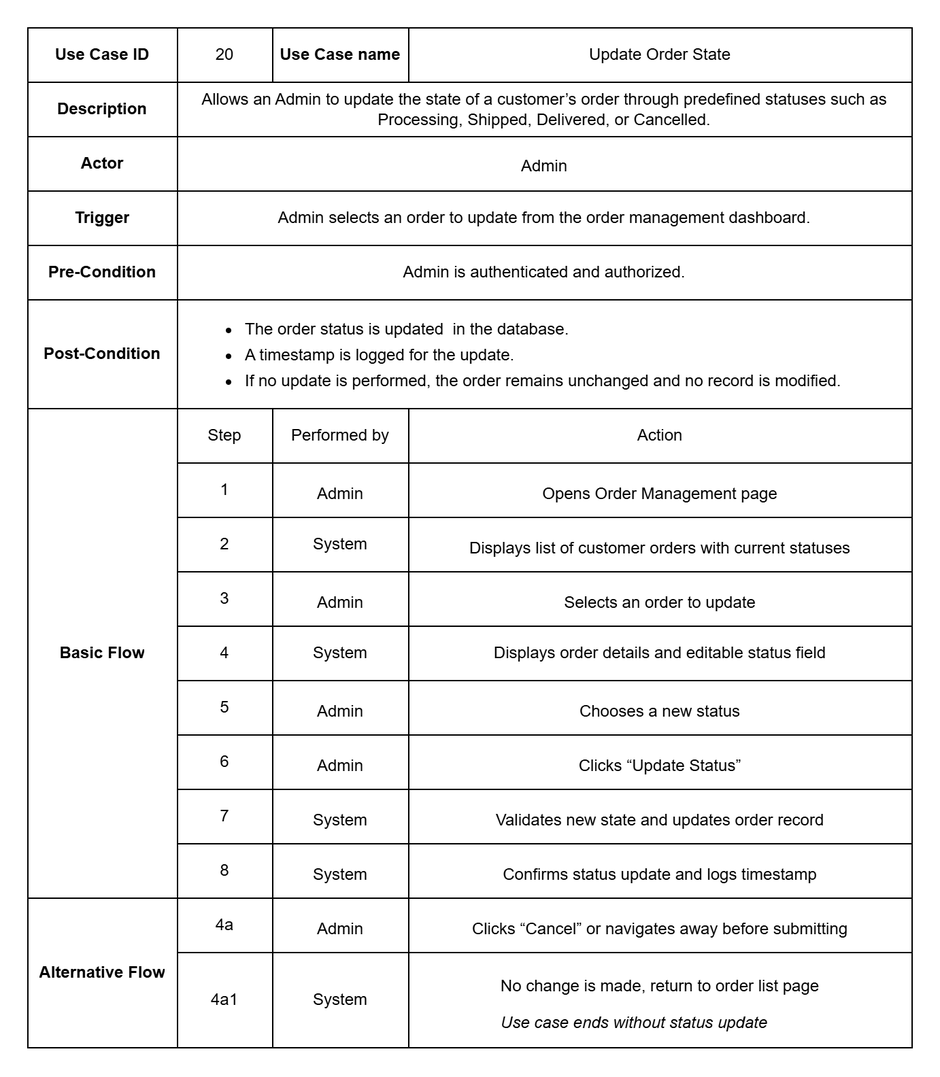
This is documentation/Images/usecase_metadata_card/uc_20_change_order’s_status.drawio.png from auphong2707/itse-laptopshop-management-web-application, a draw.io export, as it was before one commit. Source tidied: cells renumbered, new cells last; positions are measured from the earlier drawing's top-left corner, leaving out a move shared by most shapes.
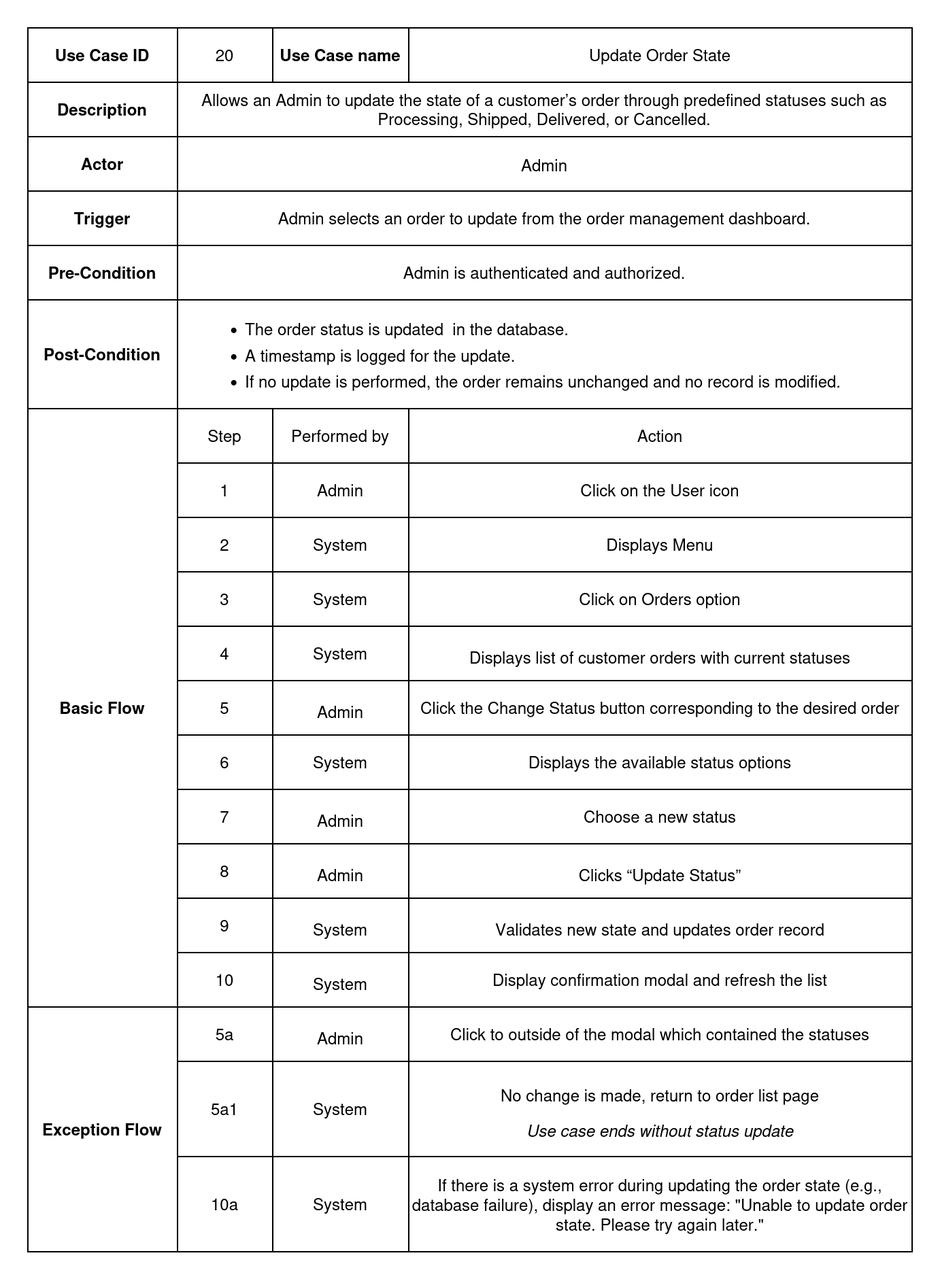
After the commit.

Change to the diagram source:
```diff
@@ -5,3 +5,3 @@
     <mxCell id="2" style="shape=table;startSize=0;" parent="1" vertex="1">
-      <mxGeometry width="650" height="750" as="geometry" />
+      <mxGeometry width="650" height="900" as="geometry" />
     </mxCell>
@@ -70,4 +70,4 @@
     </mxCell>
-    <mxCell id="24" value="Basic Flow" style="shape=partialRectangle;html=1;whiteSpace=wrap;strokeColor=inherit;overflow=hidden;fillColor=none;top=0;left=0;bottom=0;right=0;fontStyle=1;rowspan=9;colspan=1;" parent="23" vertex="1">
-      <mxGeometry width="110" height="360" as="geometry" />
+    <mxCell id="24" value="Basic Flow" style="shape=partialRectangle;html=1;whiteSpace=wrap;strokeColor=inherit;overflow=hidden;fillColor=none;top=0;left=0;bottom=0;right=0;fontStyle=1;rowspan=11;colspan=1;" parent="23" vertex="1">
+      <mxGeometry width="110" height="440" as="geometry" />
     </mxCell>
@@ -88,12 +88,36 @@
     </mxCell>
-    <mxCell id="30" value="&lt;table&gt;&lt;tbody&gt;&lt;tr&gt;&lt;td&gt;&lt;/td&gt;&lt;/tr&gt;&lt;/tbody&gt;&lt;/table&gt;&lt;table&gt;&lt;tbody&gt;&lt;tr&gt;&lt;td&gt;Admin&lt;/td&gt;&lt;/tr&gt;&lt;/tbody&gt;&lt;/table&gt;" style="shape=partialRectangle;html=1;whiteSpace=wrap;strokeColor=inherit;overflow=hidden;fillColor=none;top=0;left=0;bottom=0;right=0;" parent="28" vertex="1">
+    <mxCell id="30" value="Admin" style="shape=partialRectangle;html=1;whiteSpace=wrap;strokeColor=inherit;overflow=hidden;fillColor=none;top=0;left=0;bottom=0;right=0;" parent="28" vertex="1">
       <mxGeometry x="180" width="100" height="40" as="geometry" />
     </mxCell>
-    <mxCell id="31" value="&lt;table&gt;&lt;tbody&gt;&lt;tr&gt;&lt;td&gt;&lt;/td&gt;&lt;/tr&gt;&lt;/tbody&gt;&lt;/table&gt;&lt;table&gt;&lt;tbody&gt;&lt;tr&gt;&lt;td&gt;Opens Order Management page&lt;/td&gt;&lt;/tr&gt;&lt;/tbody&gt;&lt;/table&gt;" style="shape=partialRectangle;html=1;whiteSpace=wrap;strokeColor=inherit;overflow=hidden;fillColor=none;top=0;left=0;bottom=0;right=0;" parent="28" vertex="1">
-      <mxGeometry x="280" width="370" height="40" as="geometry" />
-    </mxCell>
+    <mxCell id="69" value="Click on the User icon" style="shape=partialRectangle;html=1;whiteSpace=wrap;strokeColor=inherit;overflow=hidden;fillColor=none;top=0;left=0;bottom=0;right=0;" parent="28" vertex="1">
+      <mxGeometry x="280" width="370" height="40" as="geometry" />
+    </mxCell>
+    <mxCell id="70" style="shape=tableRow;horizontal=0;startSize=0;swimlaneHead=0;swimlaneBody=0;strokeColor=inherit;top=0;left=0;bottom=0;right=0;fillColor=none;" parent="2" vertex="1">
+      <mxGeometry y="360" width="650" height="40" as="geometry" />
+    </mxCell>
+    <mxCell id="71" value="2" style="shape=partialRectangle;html=1;whiteSpace=wrap;strokeColor=inherit;overflow=hidden;fillColor=none;top=0;left=0;bottom=0;right=0;" parent="70" vertex="1">
+      <mxGeometry x="110" width="70" height="40" as="geometry" />
+    </mxCell>
+    <mxCell id="72" value="System" style="shape=partialRectangle;html=1;whiteSpace=wrap;strokeColor=inherit;overflow=hidden;fillColor=none;top=0;left=0;bottom=0;right=0;" parent="70" vertex="1">
+      <mxGeometry x="180" width="100" height="40" as="geometry" />
+    </mxCell>
+    <mxCell id="73" value="Displays Menu" style="shape=partialRectangle;html=1;whiteSpace=wrap;strokeColor=inherit;overflow=hidden;fillColor=none;top=0;left=0;bottom=0;right=0;" parent="70" vertex="1">
+      <mxGeometry x="280" width="370" height="40" as="geometry" />
+    </mxCell>
+    <mxCell id="74" style="shape=tableRow;horizontal=0;startSize=0;swimlaneHead=0;swimlaneBody=0;strokeColor=inherit;top=0;left=0;bottom=0;right=0;fillColor=none;" parent="2" vertex="1">
+      <mxGeometry y="400" width="650" height="40" as="geometry" />
+    </mxCell>
+    <mxCell id="75" value="3" style="shape=partialRectangle;html=1;whiteSpace=wrap;strokeColor=inherit;overflow=hidden;fillColor=none;top=0;left=0;bottom=0;right=0;" parent="74" vertex="1">
+      <mxGeometry x="110" width="70" height="40" as="geometry" />
+    </mxCell>
+    <mxCell id="76" value="System" style="shape=partialRectangle;html=1;whiteSpace=wrap;strokeColor=inherit;overflow=hidden;fillColor=none;top=0;left=0;bottom=0;right=0;" parent="74" vertex="1">
+      <mxGeometry x="180" width="100" height="40" as="geometry" />
+    </mxCell>
+    <mxCell id="77" value="Click on Orders option" style="shape=partialRectangle;html=1;whiteSpace=wrap;strokeColor=inherit;overflow=hidden;fillColor=none;top=0;left=0;bottom=0;right=0;" parent="74" vertex="1">
+      <mxGeometry x="280" width="370" height="40" as="geometry" />
+    </mxCell>
     <mxCell id="32" style="shape=tableRow;horizontal=0;startSize=0;swimlaneHead=0;swimlaneBody=0;strokeColor=inherit;top=0;left=0;bottom=0;right=0;fillColor=none;" parent="2" vertex="1">
-      <mxGeometry y="360" width="650" height="40" as="geometry" />
+      <mxGeometry y="440" width="650" height="40" as="geometry" />
     </mxCell>
-    <mxCell id="33" value="2" style="shape=partialRectangle;html=1;whiteSpace=wrap;strokeColor=inherit;overflow=hidden;fillColor=none;top=0;left=0;bottom=0;right=0;" parent="32" vertex="1">
+    <mxCell id="33" value="4" style="shape=partialRectangle;html=1;whiteSpace=wrap;strokeColor=inherit;overflow=hidden;fillColor=none;top=0;left=0;bottom=0;right=0;" parent="32" vertex="1">
       <mxGeometry x="110" width="70" height="40" as="geometry" />
@@ -107,5 +131,5 @@
     <mxCell id="36" style="shape=tableRow;horizontal=0;startSize=0;swimlaneHead=0;swimlaneBody=0;strokeColor=inherit;top=0;left=0;bottom=0;right=0;fillColor=none;" parent="2" vertex="1">
-      <mxGeometry y="400" width="650" height="40" as="geometry" />
+      <mxGeometry y="480" width="650" height="40" as="geometry" />
     </mxCell>
-    <mxCell id="37" value="3" style="shape=partialRectangle;html=1;whiteSpace=wrap;strokeColor=inherit;overflow=hidden;fillColor=none;top=0;left=0;bottom=0;right=0;" parent="36" vertex="1">
+    <mxCell id="37" value="5" style="shape=partialRectangle;html=1;whiteSpace=wrap;strokeColor=inherit;overflow=hidden;fillColor=none;top=0;left=0;bottom=0;right=0;" parent="36" vertex="1">
       <mxGeometry x="110" width="70" height="40" as="geometry" />
@@ -115,3 +139,3 @@
     </mxCell>
-    <mxCell id="39" value="&lt;table&gt;&lt;tbody&gt;&lt;tr&gt;&lt;td&gt;&lt;/td&gt;&lt;/tr&gt;&lt;/tbody&gt;&lt;/table&gt;&lt;table&gt;&lt;tbody&gt;&lt;tr&gt;&lt;td&gt;Selects an order to update&lt;/td&gt;&lt;/tr&gt;&lt;/tbody&gt;&lt;/table&gt;" style="shape=partialRectangle;html=1;whiteSpace=wrap;strokeColor=inherit;overflow=hidden;fillColor=none;top=0;left=0;bottom=0;right=0;" parent="36" vertex="1">
+    <mxCell id="39" value="Click the Change Status button corresponding to the desired order" style="shape=partialRectangle;html=1;whiteSpace=wrap;strokeColor=inherit;overflow=hidden;fillColor=none;top=0;left=0;bottom=0;right=0;" parent="36" vertex="1">
       <mxGeometry x="280" width="370" height="40" as="geometry" />
@@ -119,5 +143,5 @@
     <mxCell id="40" style="shape=tableRow;horizontal=0;startSize=0;swimlaneHead=0;swimlaneBody=0;strokeColor=inherit;top=0;left=0;bottom=0;right=0;fillColor=none;" parent="2" vertex="1">
-      <mxGeometry y="440" width="650" height="40" as="geometry" />
+      <mxGeometry y="520" width="650" height="40" as="geometry" />
     </mxCell>
-    <mxCell id="41" value="4" style="shape=partialRectangle;html=1;whiteSpace=wrap;strokeColor=inherit;overflow=hidden;fillColor=none;top=0;left=0;bottom=0;right=0;" parent="40" vertex="1">
+    <mxCell id="41" value="6" style="shape=partialRectangle;html=1;whiteSpace=wrap;strokeColor=inherit;overflow=hidden;fillColor=none;top=0;left=0;bottom=0;right=0;" parent="40" vertex="1">
       <mxGeometry x="110" width="70" height="40" as="geometry" />
@@ -127,3 +151,3 @@
     </mxCell>
-    <mxCell id="43" value="Displays order details and editable status field" style="shape=partialRectangle;html=1;whiteSpace=wrap;strokeColor=inherit;overflow=hidden;fillColor=none;top=0;left=0;bottom=0;right=0;" parent="40" vertex="1">
+    <mxCell id="43" value="Displays the available status options" style="shape=partialRectangle;html=1;whiteSpace=wrap;strokeColor=inherit;overflow=hidden;fillColor=none;top=0;left=0;bottom=0;right=0;" parent="40" vertex="1">
       <mxGeometry x="280" width="370" height="40" as="geometry" />
@@ -131,11 +155,11 @@
     <mxCell id="44" style="shape=tableRow;horizontal=0;startSize=0;swimlaneHead=0;swimlaneBody=0;strokeColor=inherit;top=0;left=0;bottom=0;right=0;fillColor=none;" parent="2" vertex="1">
-      <mxGeometry y="480" width="650" height="40" as="geometry" />
+      <mxGeometry y="560" width="650" height="40" as="geometry" />
     </mxCell>
-    <mxCell id="45" value="5" style="shape=partialRectangle;html=1;whiteSpace=wrap;strokeColor=inherit;overflow=hidden;fillColor=none;top=0;left=0;bottom=0;right=0;" parent="44" vertex="1">
+    <mxCell id="45" value="7" style="shape=partialRectangle;html=1;whiteSpace=wrap;strokeColor=inherit;overflow=hidden;fillColor=none;top=0;left=0;bottom=0;right=0;" parent="44" vertex="1">
       <mxGeometry x="110" width="70" height="40" as="geometry" />
     </mxCell>
-    <mxCell id="46" value="&lt;table&gt;&lt;tbody&gt;&lt;tr&gt;&lt;td&gt;&lt;/td&gt;&lt;/tr&gt;&lt;/tbody&gt;&lt;/table&gt;&lt;table&gt;&lt;tbody&gt;&lt;tr&gt;&lt;td&gt;Admin&lt;/td&gt;&lt;/tr&gt;&lt;/tbody&gt;&lt;/table&gt;" style="shape=partialRectangle;html=1;whiteSpace=wrap;strokeColor=inherit;overflow=hidden;fillColor=none;top=0;left=0;bottom=0;right=0;" parent="44" vertex="1">
+    <mxCell id="46" value="&lt;table align=&quot;center&quot;&gt;&lt;tbody&gt;&lt;tr&gt;&lt;td&gt;&lt;/td&gt;&lt;/tr&gt;&lt;/tbody&gt;&lt;/table&gt;&lt;table align=&quot;center&quot;&gt;&lt;tbody&gt;&lt;tr&gt;&lt;td&gt;Admin&lt;/td&gt;&lt;/tr&gt;&lt;/tbody&gt;&lt;/table&gt;" style="shape=partialRectangle;html=1;whiteSpace=wrap;strokeColor=inherit;overflow=hidden;fillColor=none;top=0;left=0;bottom=0;right=0;align=center;" parent="44" vertex="1">
       <mxGeometry x="180" width="100" height="40" as="geometry" />
     </mxCell>
-    <mxCell id="47" value="&lt;table&gt;&lt;tbody&gt;&lt;tr&gt;&lt;td&gt;&lt;/td&gt;&lt;/tr&gt;&lt;/tbody&gt;&lt;/table&gt;&lt;table&gt;&lt;tbody&gt;&lt;tr&gt;&lt;td&gt;Chooses a new status&lt;/td&gt;&lt;/tr&gt;&lt;/tbody&gt;&lt;/table&gt;" style="shape=partialRectangle;html=1;whiteSpace=wrap;strokeColor=inherit;overflow=hidden;fillColor=none;top=0;left=0;bottom=0;right=0;" parent="44" vertex="1">
+    <mxCell id="47" value="Choose a new status" style="shape=partialRectangle;html=1;whiteSpace=wrap;strokeColor=inherit;overflow=hidden;fillColor=none;top=0;left=0;bottom=0;right=0;" parent="44" vertex="1">
       <mxGeometry x="280" width="370" height="40" as="geometry" />
@@ -143,5 +167,5 @@
     <mxCell id="48" style="shape=tableRow;horizontal=0;startSize=0;swimlaneHead=0;swimlaneBody=0;strokeColor=inherit;top=0;left=0;bottom=0;right=0;fillColor=none;" parent="2" vertex="1">
-      <mxGeometry y="520" width="650" height="40" as="geometry" />
+      <mxGeometry y="600" width="650" height="40" as="geometry" />
     </mxCell>
-    <mxCell id="49" value="6" style="shape=partialRectangle;html=1;whiteSpace=wrap;strokeColor=inherit;overflow=hidden;fillColor=none;top=0;left=0;bottom=0;right=0;" parent="48" vertex="1">
+    <mxCell id="49" value="8" style="shape=partialRectangle;html=1;whiteSpace=wrap;strokeColor=inherit;overflow=hidden;fillColor=none;top=0;left=0;bottom=0;right=0;" parent="48" vertex="1">
       <mxGeometry x="110" width="70" height="40" as="geometry" />
@@ -155,5 +179,5 @@
     <mxCell id="52" style="shape=tableRow;horizontal=0;startSize=0;swimlaneHead=0;swimlaneBody=0;strokeColor=inherit;top=0;left=0;bottom=0;right=0;fillColor=none;" parent="2" vertex="1">
-      <mxGeometry y="560" width="650" height="40" as="geometry" />
+      <mxGeometry y="640" width="650" height="40" as="geometry" />
     </mxCell>
-    <mxCell id="53" value="7" style="shape=partialRectangle;html=1;whiteSpace=wrap;strokeColor=inherit;overflow=hidden;fillColor=none;top=0;left=0;bottom=0;right=0;" parent="52" vertex="1">
+    <mxCell id="53" value="9" style="shape=partialRectangle;html=1;whiteSpace=wrap;strokeColor=inherit;overflow=hidden;fillColor=none;top=0;left=0;bottom=0;right=0;" parent="52" vertex="1">
       <mxGeometry x="110" width="70" height="40" as="geometry" />
@@ -167,5 +191,5 @@
     <mxCell id="56" style="shape=tableRow;horizontal=0;startSize=0;swimlaneHead=0;swimlaneBody=0;strokeColor=inherit;top=0;left=0;bottom=0;right=0;fillColor=none;" parent="2" vertex="1">
-      <mxGeometry y="600" width="650" height="40" as="geometry" />
+      <mxGeometry y="680" width="650" height="40" as="geometry" />
     </mxCell>
-    <mxCell id="57" value="8" style="shape=partialRectangle;html=1;whiteSpace=wrap;strokeColor=inherit;overflow=hidden;fillColor=none;top=0;left=0;bottom=0;right=0;" parent="56" vertex="1">
+    <mxCell id="57" value="10" style="shape=partialRectangle;html=1;whiteSpace=wrap;strokeColor=inherit;overflow=hidden;fillColor=none;top=0;left=0;bottom=0;right=0;" parent="56" vertex="1">
       <mxGeometry x="110" width="70" height="40" as="geometry" />
@@ -175,3 +199,3 @@
     </mxCell>
-    <mxCell id="59" value="&lt;table&gt;&lt;tbody&gt;&lt;tr&gt;&lt;td&gt;&lt;/td&gt;&lt;/tr&gt;&lt;/tbody&gt;&lt;/table&gt;&lt;table&gt;&lt;tbody&gt;&lt;tr&gt;&lt;td&gt;Confirms status update and logs timestamp&lt;/td&gt;&lt;/tr&gt;&lt;/tbody&gt;&lt;/table&gt;" style="shape=partialRectangle;html=1;whiteSpace=wrap;strokeColor=inherit;overflow=hidden;fillColor=none;top=0;left=0;bottom=0;right=0;" parent="56" vertex="1">
+    <mxCell id="59" value="Display confirmation modal and refresh the list" style="shape=partialRectangle;html=1;whiteSpace=wrap;strokeColor=inherit;overflow=hidden;fillColor=none;top=0;left=0;bottom=0;right=0;" parent="56" vertex="1">
       <mxGeometry x="280" width="370" height="40" as="geometry" />
@@ -179,8 +203,8 @@
     <mxCell id="60" style="shape=tableRow;horizontal=0;startSize=0;swimlaneHead=0;swimlaneBody=0;strokeColor=inherit;top=0;left=0;bottom=0;right=0;fillColor=none;" parent="2" vertex="1">
-      <mxGeometry y="640" width="650" height="40" as="geometry" />
+      <mxGeometry y="720" width="650" height="40" as="geometry" />
     </mxCell>
-    <mxCell id="61" value="&lt;span style=&quot;background-color: transparent; color: light-dark(rgb(0, 0, 0), rgb(255, 255, 255));&quot;&gt;Alternative Flow&lt;/span&gt;" style="shape=partialRectangle;html=1;whiteSpace=wrap;strokeColor=inherit;overflow=hidden;fillColor=none;top=0;left=0;bottom=0;right=0;fontStyle=1;rowspan=2;colspan=1;" parent="60" vertex="1">
-      <mxGeometry width="110" height="110" as="geometry" />
+    <mxCell id="61" value="Exception Flow" style="shape=partialRectangle;html=1;whiteSpace=wrap;strokeColor=inherit;overflow=hidden;fillColor=none;top=0;left=0;bottom=0;right=0;fontStyle=1;rowspan=3;colspan=1;" parent="60" vertex="1">
+      <mxGeometry width="110" height="180" as="geometry" />
     </mxCell>
-    <mxCell id="62" value="4a" style="shape=partialRectangle;html=1;whiteSpace=wrap;strokeColor=inherit;overflow=hidden;fillColor=none;top=0;left=0;bottom=0;right=0;" parent="60" vertex="1">
+    <mxCell id="62" value="5a" style="shape=partialRectangle;html=1;whiteSpace=wrap;strokeColor=inherit;overflow=hidden;fillColor=none;top=0;left=0;bottom=0;right=0;" parent="60" vertex="1">
       <mxGeometry x="110" width="70" height="40" as="geometry" />
@@ -190,3 +214,3 @@
     </mxCell>
-    <mxCell id="64" value="&lt;table&gt;&lt;tbody&gt;&lt;tr&gt;&lt;td&gt;&lt;/td&gt;&lt;/tr&gt;&lt;/tbody&gt;&lt;/table&gt;&lt;table&gt;&lt;tbody&gt;&lt;tr&gt;&lt;td&gt;Clicks “Cancel” or navigates away before submitting&lt;/td&gt;&lt;/tr&gt;&lt;/tbody&gt;&lt;/table&gt;" style="shape=partialRectangle;html=1;whiteSpace=wrap;strokeColor=inherit;overflow=hidden;fillColor=none;top=0;left=0;bottom=0;right=0;" parent="60" vertex="1">
+    <mxCell id="64" value="Click to outside of the modal which contained the statuses" style="shape=partialRectangle;html=1;whiteSpace=wrap;strokeColor=inherit;overflow=hidden;fillColor=none;top=0;left=0;bottom=0;right=0;" parent="60" vertex="1">
       <mxGeometry x="280" width="370" height="40" as="geometry" />
@@ -194,5 +218,5 @@
     <mxCell id="65" style="shape=tableRow;horizontal=0;startSize=0;swimlaneHead=0;swimlaneBody=0;strokeColor=inherit;top=0;left=0;bottom=0;right=0;fillColor=none;" parent="2" vertex="1">
-      <mxGeometry y="680" width="650" height="70" as="geometry" />
+      <mxGeometry y="760" width="650" height="70" as="geometry" />
     </mxCell>
-    <mxCell id="66" value="4a1" style="shape=partialRectangle;html=1;whiteSpace=wrap;strokeColor=inherit;overflow=hidden;fillColor=none;top=0;left=0;bottom=0;right=0;" parent="65" vertex="1">
+    <mxCell id="66" value="5a1" style="shape=partialRectangle;html=1;whiteSpace=wrap;strokeColor=inherit;overflow=hidden;fillColor=none;top=0;left=0;bottom=0;right=0;" parent="65" vertex="1">
       <mxGeometry x="110" width="70" height="70" as="geometry" />
@@ -202,5 +226,17 @@
     </mxCell>
-    <mxCell id="68" value="&lt;table&gt;&lt;tbody&gt;&lt;tr&gt;&lt;td&gt;&lt;/td&gt;&lt;/tr&gt;&lt;/tbody&gt;&lt;/table&gt;&lt;table&gt;&lt;tbody&gt;&lt;tr&gt;&lt;td&gt;No change is made, return to order list page&lt;/td&gt;&lt;/tr&gt;&lt;/tbody&gt;&lt;/table&gt;&lt;table&gt;&lt;tbody&gt;&lt;tr&gt;&lt;td&gt;&lt;/td&gt;&lt;/tr&gt;&lt;/tbody&gt;&lt;/table&gt;&lt;table&gt;&lt;tbody&gt;&lt;tr&gt;&lt;td&gt;&lt;i&gt;Use case ends without status update&lt;/i&gt;&lt;/td&gt;&lt;/tr&gt;&lt;/tbody&gt;&lt;/table&gt;" style="shape=partialRectangle;html=1;whiteSpace=wrap;strokeColor=inherit;overflow=hidden;fillColor=none;top=0;left=0;bottom=0;right=0;" parent="65" vertex="1">
+    <mxCell id="68" value="&lt;table align=&quot;center&quot;&gt;&lt;tbody&gt;&lt;tr&gt;&lt;td&gt;&lt;/td&gt;&lt;/tr&gt;&lt;/tbody&gt;&lt;/table&gt;&lt;table align=&quot;center&quot;&gt;&lt;tbody&gt;&lt;tr&gt;&lt;td&gt;No change is made, return to order list page&lt;/td&gt;&lt;/tr&gt;&lt;/tbody&gt;&lt;/table&gt;&lt;table align=&quot;center&quot;&gt;&lt;tbody&gt;&lt;tr&gt;&lt;td&gt;&lt;/td&gt;&lt;/tr&gt;&lt;/tbody&gt;&lt;/table&gt;&lt;table align=&quot;center&quot;&gt;&lt;tbody&gt;&lt;tr&gt;&lt;td&gt;&lt;i&gt;Use case ends without status update&lt;/i&gt;&lt;/td&gt;&lt;/tr&gt;&lt;/tbody&gt;&lt;/table&gt;" style="shape=partialRectangle;html=1;whiteSpace=wrap;strokeColor=inherit;overflow=hidden;fillColor=none;top=0;left=0;bottom=0;right=0;align=center;" parent="65" vertex="1">
       <mxGeometry x="280" width="370" height="70" as="geometry" />
     </mxCell>
+    <mxCell id="78" style="shape=tableRow;horizontal=0;startSize=0;swimlaneHead=0;swimlaneBody=0;strokeColor=inherit;top=0;left=0;bottom=0;right=0;fillColor=none;" parent="2" vertex="1">
+      <mxGeometry y="830" width="650" height="70" as="geometry" />
+    </mxCell>
+    <mxCell id="79" value="10a" style="shape=partialRectangle;html=1;whiteSpace=wrap;strokeColor=inherit;overflow=hidden;fillColor=none;top=0;left=0;bottom=0;right=0;" parent="78" vertex="1">
+      <mxGeometry x="110" width="70" height="70" as="geometry" />
+    </mxCell>
+    <mxCell id="80" value="System" style="shape=partialRectangle;html=1;whiteSpace=wrap;strokeColor=inherit;overflow=hidden;fillColor=none;top=0;left=0;bottom=0;right=0;" parent="78" vertex="1">
+      <mxGeometry x="180" width="100" height="70" as="geometry" />
+    </mxCell>
+    <mxCell id="81" value="&lt;p style=&quot;white-space: pre-wrap;&quot; dir=&quot;auto&quot;&gt;If there is a system error during updating the order state (e.g., database failure), display an error message: &quot;Unable to update order state. Please try again later.&quot;&lt;/p&gt;" style="shape=partialRectangle;html=1;whiteSpace=wrap;strokeColor=inherit;overflow=hidden;fillColor=none;top=0;left=0;bottom=0;right=0;align=center;" parent="78" vertex="1">
+      <mxGeometry x="280" width="370" height="70" as="geometry" />
+    </mxCell>
   </root>
```
